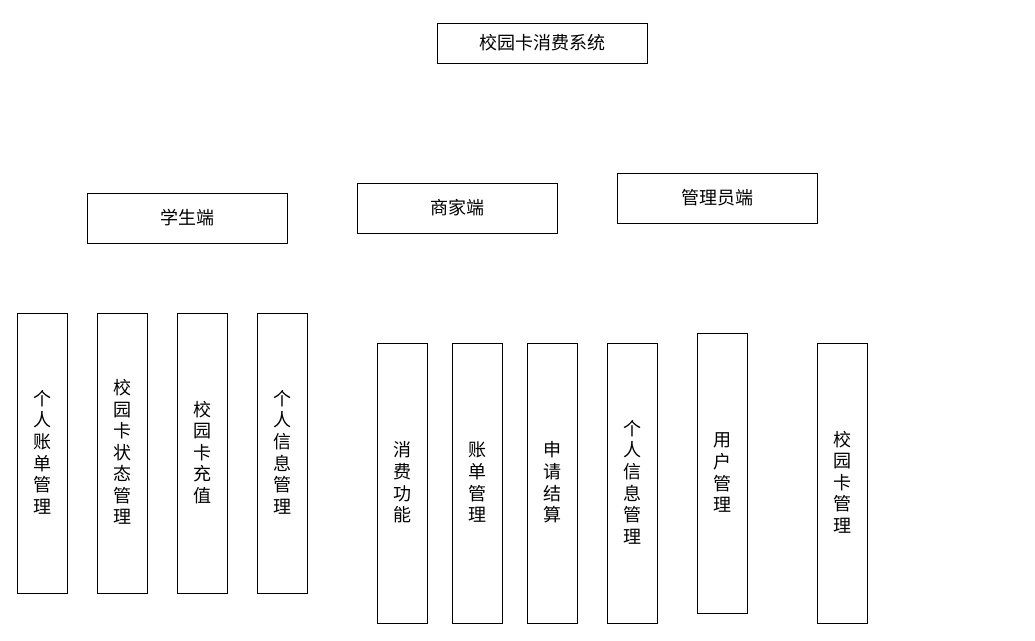
Earlier version of the draw.io diagram ER-Charts/模块.drawio (ShiaoYoung/Database-course_design). Source tidied: cells renumbered, new cells numbered last; positions are measured from the earlier drawing's top-left corner, leaving out a move shared by most shapes. Both pictures are drawn from the tidied source at 100%, with x=0, y=0 at pixel (17, 23).
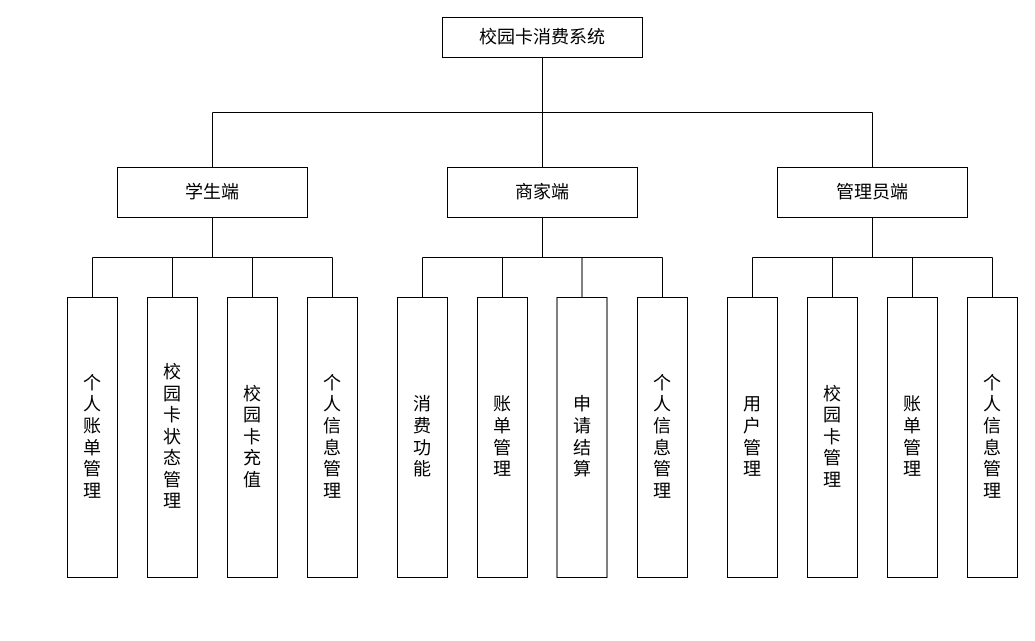
The same page after the edit.

The edit, as a diff of the source:
```diff
@@
+    <mxCell id="16" style="edgeStyle=orthogonalEdgeStyle;rounded=0;jettySize=auto;html=1;exitX=0.5;exitY=1;exitDx=0;exitDy=0;entryX=0.5;entryY=0;entryDx=0;entryDy=0;endArrow=none;endFill=0;" parent="1" edge="1" source="2" target="3">
+      <mxGeometry relative="1" as="geometry" />
+    </mxCell>
+    <mxCell id="17" style="edgeStyle=orthogonalEdgeStyle;rounded=0;jettySize=auto;html=1;exitX=0.5;exitY=1;exitDx=0;exitDy=0;entryX=0.5;entryY=0;entryDx=0;entryDy=0;endArrow=none;endFill=0;" parent="1" edge="1" source="2" target="4">
+      <mxGeometry relative="1" as="geometry" />
+    </mxCell>
+    <mxCell id="18" style="edgeStyle=orthogonalEdgeStyle;rounded=0;jettySize=auto;html=1;exitX=0.5;exitY=1;exitDx=0;exitDy=0;entryX=0.5;entryY=0;entryDx=0;entryDy=0;endArrow=none;endFill=0;" parent="1" edge="1" source="2" target="5">
+      <mxGeometry relative="1" as="geometry" />
+    </mxCell>
     <mxCell id="2" value="&lt;font style=&quot;font-size: 18px;&quot;&gt;校园卡消费系统&lt;/font&gt;" style="rounded=0;whiteSpace=wrap;html=1;" parent="1" vertex="1">
-      <mxGeometry x="420" width="210" height="40" as="geometry" />
+      <mxGeometry x="425" y="-6" width="200" height="40" as="geometry" />
     </mxCell>
+    <mxCell id="19" style="edgeStyle=orthogonalEdgeStyle;rounded=0;jettySize=auto;html=1;exitX=0.5;exitY=1;exitDx=0;exitDy=0;entryX=0.5;entryY=0;entryDx=0;entryDy=0;endArrow=none;endFill=0;" parent="1" edge="1" source="3" target="10">
+      <mxGeometry relative="1" as="geometry" />
+    </mxCell>
+    <mxCell id="20" style="edgeStyle=orthogonalEdgeStyle;rounded=0;jettySize=auto;html=1;exitX=0.5;exitY=1;exitDx=0;exitDy=0;entryX=0.5;entryY=0;entryDx=0;entryDy=0;endArrow=none;endFill=0;" parent="1" edge="1" source="3" target="11">
+      <mxGeometry relative="1" as="geometry" />
+    </mxCell>
+    <mxCell id="21" style="edgeStyle=orthogonalEdgeStyle;rounded=0;jettySize=auto;html=1;exitX=0.5;exitY=1;exitDx=0;exitDy=0;entryX=0.5;entryY=0;entryDx=0;entryDy=0;endArrow=none;endFill=0;" parent="1" edge="1" source="3" target="12">
+      <mxGeometry relative="1" as="geometry" />
+    </mxCell>
+    <mxCell id="22" style="edgeStyle=orthogonalEdgeStyle;rounded=0;jettySize=auto;html=1;exitX=0.5;exitY=1;exitDx=0;exitDy=0;entryX=0.5;entryY=0;entryDx=0;entryDy=0;endArrow=none;endFill=0;" parent="1" edge="1" source="3" target="13">
+      <mxGeometry relative="1" as="geometry" />
+    </mxCell>
     <mxCell id="3" value="&lt;font style=&quot;font-size: 18px;&quot;&gt;学生端&lt;/font&gt;" style="rounded=0;whiteSpace=wrap;html=1;" parent="1" vertex="1">
-      <mxGeometry x="70" y="170" width="200" height="50" as="geometry" />
+      <mxGeometry x="100" y="144" width="190" height="50" as="geometry" />
     </mxCell>
+    <mxCell id="23" style="edgeStyle=orthogonalEdgeStyle;rounded=0;jettySize=auto;html=1;exitX=0.5;exitY=1;exitDx=0;exitDy=0;entryX=0.5;entryY=0;entryDx=0;entryDy=0;endArrow=none;endFill=0;" parent="1" edge="1" source="4" target="6">
+      <mxGeometry relative="1" as="geometry" />
+    </mxCell>
+    <mxCell id="24" style="edgeStyle=orthogonalEdgeStyle;rounded=0;jettySize=auto;html=1;exitX=0.5;exitY=1;exitDx=0;exitDy=0;entryX=0.5;entryY=0;entryDx=0;entryDy=0;endArrow=none;endFill=0;" parent="1" edge="1" source="4" target="7">
+      <mxGeometry relative="1" as="geometry" />
+    </mxCell>
+    <mxCell id="25" style="edgeStyle=orthogonalEdgeStyle;rounded=0;jettySize=auto;html=1;exitX=0.5;exitY=1;exitDx=0;exitDy=0;entryX=0.5;entryY=0;entryDx=0;entryDy=0;endArrow=none;endFill=0;" parent="1" edge="1" source="4" target="8">
+      <mxGeometry relative="1" as="geometry" />
+    </mxCell>
+    <mxCell id="26" style="edgeStyle=orthogonalEdgeStyle;rounded=0;jettySize=auto;html=1;exitX=0.5;exitY=1;exitDx=0;exitDy=0;entryX=0.5;entryY=0;entryDx=0;entryDy=0;endArrow=none;endFill=0;" parent="1" edge="1" source="4" target="9">
+      <mxGeometry relative="1" as="geometry" />
+    </mxCell>
     <mxCell id="4" value="&lt;font style=&quot;font-size: 18px;&quot;&gt;商家端&lt;/font&gt;" style="rounded=0;whiteSpace=wrap;html=1;" parent="1" vertex="1">
-      <mxGeometry x="340" y="160" width="200" height="50" as="geometry" />
+      <mxGeometry x="430" y="144" width="190" height="50" as="geometry" />
     </mxCell>
+    <mxCell id="27" style="edgeStyle=orthogonalEdgeStyle;rounded=0;jettySize=auto;html=1;exitX=0.5;exitY=1;exitDx=0;exitDy=0;entryX=0.5;entryY=0;entryDx=0;entryDy=0;endArrow=none;endFill=0;" parent="1" edge="1" source="5" target="14">
+      <mxGeometry relative="1" as="geometry" />
+    </mxCell>
+    <mxCell id="28" style="edgeStyle=orthogonalEdgeStyle;rounded=0;jettySize=auto;html=1;exitX=0.5;exitY=1;exitDx=0;exitDy=0;entryX=0.5;entryY=0;entryDx=0;entryDy=0;endArrow=none;endFill=0;" parent="1" edge="1" source="5" target="15">
+      <mxGeometry relative="1" as="geometry" />
+    </mxCell>
+    <mxCell id="29" style="edgeStyle=orthogonalEdgeStyle;rounded=0;jettySize=auto;html=1;exitX=0.5;exitY=1;exitDx=0;exitDy=0;entryX=0.5;entryY=0;entryDx=0;entryDy=0;endArrow=none;endFill=0;" parent="1" edge="1" source="5" target="31">
+      <mxGeometry relative="1" as="geometry" />
+    </mxCell>
+    <mxCell id="30" style="edgeStyle=orthogonalEdgeStyle;rounded=0;jettySize=auto;html=1;exitX=0.5;exitY=1;exitDx=0;exitDy=0;entryX=0.5;entryY=0;entryDx=0;entryDy=0;endArrow=none;endFill=0;" parent="1" edge="1" source="5" target="32">
+      <mxGeometry relative="1" as="geometry" />
+    </mxCell>
     <mxCell id="5" value="&lt;font style=&quot;font-size: 18px;&quot;&gt;管理员端&lt;/font&gt;" style="rounded=0;whiteSpace=wrap;html=1;" parent="1" vertex="1">
-      <mxGeometry x="600" y="150" width="200" height="50" as="geometry" />
+      <mxGeometry x="760" y="144" width="190" height="50" as="geometry" />
     </mxCell>
     <mxCell id="6" value="&lt;font style=&quot;font-size: 18px;&quot;&gt;消&lt;/font&gt;&lt;div&gt;&lt;font style=&quot;font-size: 18px;&quot;&gt;费&lt;/font&gt;&lt;/div&gt;&lt;div&gt;&lt;font style=&quot;font-size: 18px;&quot;&gt;功&lt;/font&gt;&lt;/div&gt;&lt;div&gt;&lt;font style=&quot;font-size: 18px;&quot;&gt;能&lt;/font&gt;&lt;/div&gt;" style="rounded=0;whiteSpace=wrap;html=1;" parent="1" vertex="1">
-      <mxGeometry x="360" y="320" width="50" height="280" as="geometry" />
+      <mxGeometry x="380" y="274" width="50" height="280" as="geometry" />
     </mxCell>
     <mxCell id="7" value="&lt;span style=&quot;font-size: 18px;&quot;&gt;账&lt;/span&gt;&lt;div&gt;&lt;span style=&quot;font-size: 18px;&quot;&gt;单&lt;/span&gt;&lt;/div&gt;&lt;div&gt;&lt;span style=&quot;font-size: 18px;&quot;&gt;管&lt;/span&gt;&lt;/div&gt;&lt;div&gt;&lt;span style=&quot;font-size: 18px;&quot;&gt;理&lt;/span&gt;&lt;/div&gt;" style="rounded=0;whiteSpace=wrap;html=1;" parent="1" vertex="1">
-      <mxGeometry x="435" y="320" width="50" height="280" as="geometry" />
+      <mxGeometry x="460" y="274" width="50" height="280" as="geometry" />
     </mxCell>
     <mxCell id="8" value="&lt;span style=&quot;font-size: 18px;&quot;&gt;申&lt;/span&gt;&lt;div&gt;&lt;span style=&quot;font-size: 18px;&quot;&gt;请&lt;/span&gt;&lt;/div&gt;&lt;div&gt;&lt;span style=&quot;font-size: 18px;&quot;&gt;结&lt;/span&gt;&lt;/div&gt;&lt;div&gt;&lt;span style=&quot;font-size: 18px;&quot;&gt;算&lt;/span&gt;&lt;/div&gt;" style="rounded=0;whiteSpace=wrap;html=1;" parent="1" vertex="1">
-      <mxGeometry x="510" y="320" width="50" height="280" as="geometry" />
+      <mxGeometry x="539.5" y="274" width="50" height="280" as="geometry" />
     </mxCell>
     <mxCell id="9" value="&lt;span style=&quot;font-size: 18px;&quot;&gt;个&lt;/span&gt;&lt;div&gt;&lt;span style=&quot;font-size: 18px;&quot;&gt;人&lt;/span&gt;&lt;/div&gt;&lt;div&gt;&lt;span style=&quot;font-size: 18px;&quot;&gt;信&lt;/span&gt;&lt;/div&gt;&lt;div&gt;&lt;span style=&quot;font-size: 18px;&quot;&gt;息&lt;/span&gt;&lt;/div&gt;&lt;div&gt;&lt;span style=&quot;font-size: 18px;&quot;&gt;管&lt;/span&gt;&lt;/div&gt;&lt;div&gt;&lt;span style=&quot;font-size: 18px;&quot;&gt;理&lt;/span&gt;&lt;/div&gt;" style="rounded=0;whiteSpace=wrap;html=1;" parent="1" vertex="1">
-      <mxGeometry x="590" y="320" width="50" height="280" as="geometry" />
+      <mxGeometry x="620" y="274" width="50" height="280" as="geometry" />
     </mxCell>
     <mxCell id="10" value="&lt;span style=&quot;font-size: 18px;&quot;&gt;个&lt;/span&gt;&lt;div&gt;&lt;span style=&quot;font-size: 18px;&quot;&gt;人&lt;/span&gt;&lt;div&gt;&lt;span style=&quot;font-size: 18px;&quot;&gt;账&lt;/span&gt;&lt;div&gt;&lt;span style=&quot;font-size: 18px;&quot;&gt;单&lt;/span&gt;&lt;/div&gt;&lt;div&gt;&lt;span style=&quot;font-size: 18px;&quot;&gt;管&lt;/span&gt;&lt;/div&gt;&lt;div&gt;&lt;span style=&quot;font-size: 18px;&quot;&gt;理&lt;/span&gt;&lt;/div&gt;&lt;/div&gt;&lt;/div&gt;" style="rounded=0;whiteSpace=wrap;html=1;" parent="1" vertex="1">
-      <mxGeometry y="290" width="50" height="280" as="geometry" />
+      <mxGeometry x="50" y="274" width="50" height="280" as="geometry" />
     </mxCell>
     <mxCell id="11" value="&lt;span style=&quot;font-size: 18px;&quot;&gt;校&lt;/span&gt;&lt;div&gt;&lt;span style=&quot;font-size: 18px;&quot;&gt;园&lt;/span&gt;&lt;/div&gt;&lt;div&gt;&lt;span style=&quot;font-size: 18px;&quot;&gt;卡&lt;/span&gt;&lt;/div&gt;&lt;div&gt;&lt;span style=&quot;font-size: 18px;&quot;&gt;状&lt;/span&gt;&lt;/div&gt;&lt;div&gt;&lt;span style=&quot;font-size: 18px;&quot;&gt;态&lt;/span&gt;&lt;/div&gt;&lt;div&gt;&lt;span style=&quot;font-size: 18px;&quot;&gt;管&lt;/span&gt;&lt;/div&gt;&lt;div&gt;&lt;span style=&quot;font-size: 18px;&quot;&gt;理&lt;/span&gt;&lt;/div&gt;" style="rounded=0;whiteSpace=wrap;html=1;" parent="1" vertex="1">
-      <mxGeometry x="80" y="290" width="50" height="280" as="geometry" />
+      <mxGeometry x="130" y="274" width="50" height="280" as="geometry" />
     </mxCell>
     <mxCell id="12" value="&lt;span style=&quot;font-size: 18px;&quot;&gt;校&lt;/span&gt;&lt;div&gt;&lt;span style=&quot;font-size: 18px;&quot;&gt;园&lt;/span&gt;&lt;/div&gt;&lt;div&gt;&lt;span style=&quot;font-size: 18px;&quot;&gt;卡&lt;/span&gt;&lt;/div&gt;&lt;div&gt;&lt;span style=&quot;font-size: 18px;&quot;&gt;充&lt;/span&gt;&lt;/div&gt;&lt;div&gt;&lt;span style=&quot;font-size: 18px; background-color: initial;&quot;&gt;值&lt;/span&gt;&lt;/div&gt;" style="rounded=0;whiteSpace=wrap;html=1;" parent="1" vertex="1">
-      <mxGeometry x="160" y="290" width="50" height="280" as="geometry" />
+      <mxGeometry x="210" y="274" width="50" height="280" as="geometry" />
     </mxCell>
     <mxCell id="13" value="&lt;span style=&quot;font-size: 18px;&quot;&gt;个&lt;/span&gt;&lt;div&gt;&lt;span style=&quot;font-size: 18px;&quot;&gt;人&lt;/span&gt;&lt;/div&gt;&lt;div&gt;&lt;span style=&quot;font-size: 18px;&quot;&gt;信&lt;/span&gt;&lt;/div&gt;&lt;div&gt;&lt;span style=&quot;font-size: 18px;&quot;&gt;息&lt;/span&gt;&lt;/div&gt;&lt;div&gt;&lt;span style=&quot;font-size: 18px;&quot;&gt;管&lt;/span&gt;&lt;/div&gt;&lt;div&gt;&lt;span style=&quot;font-size: 18px;&quot;&gt;理&lt;/span&gt;&lt;/div&gt;" style="rounded=0;whiteSpace=wrap;html=1;" parent="1" vertex="1">
-      <mxGeometry x="240" y="290" width="50" height="280" as="geometry" />
+      <mxGeometry x="290" y="274" width="50" height="280" as="geometry" />
     </mxCell>
     <mxCell id="14" value="&lt;span style=&quot;font-size: 18px;&quot;&gt;用&lt;/span&gt;&lt;div&gt;&lt;span style=&quot;font-size: 18px;&quot;&gt;户&lt;/span&gt;&lt;/div&gt;&lt;div&gt;&lt;span style=&quot;font-size: 18px;&quot;&gt;管&lt;/span&gt;&lt;/div&gt;&lt;div&gt;&lt;span style=&quot;font-size: 18px;&quot;&gt;理&lt;/span&gt;&lt;/div&gt;" style="rounded=0;whiteSpace=wrap;html=1;" parent="1" vertex="1">
-      <mxGeometry x="680" y="310" width="50" height="280" as="geometry" />
+      <mxGeometry x="710" y="274" width="50" height="280" as="geometry" />
     </mxCell>
     <mxCell id="15" value="&lt;span style=&quot;font-size: 18px;&quot;&gt;校&lt;/span&gt;&lt;div&gt;&lt;span style=&quot;font-size: 18px;&quot;&gt;园&lt;/span&gt;&lt;/div&gt;&lt;div&gt;&lt;span style=&quot;font-size: 18px;&quot;&gt;卡&lt;/span&gt;&lt;/div&gt;&lt;div&gt;&lt;span style=&quot;font-size: 18px;&quot;&gt;管&lt;/span&gt;&lt;/div&gt;&lt;div&gt;&lt;span style=&quot;font-size: 18px;&quot;&gt;理&lt;/span&gt;&lt;/div&gt;" style="rounded=0;whiteSpace=wrap;html=1;" parent="1" vertex="1">
-      <mxGeometry x="800" y="320" width="50" height="280" as="geometry" />
+      <mxGeometry x="790" y="274" width="50" height="280" as="geometry" />
     </mxCell>
+    <mxCell id="31" value="&lt;span style=&quot;font-size: 18px;&quot;&gt;账&lt;/span&gt;&lt;div&gt;&lt;span style=&quot;font-size: 18px;&quot;&gt;单&lt;/span&gt;&lt;/div&gt;&lt;div&gt;&lt;span style=&quot;font-size: 18px;&quot;&gt;管&lt;/span&gt;&lt;/div&gt;&lt;div&gt;&lt;span style=&quot;font-size: 18px;&quot;&gt;理&lt;/span&gt;&lt;/div&gt;" style="rounded=0;whiteSpace=wrap;html=1;" parent="1" vertex="1">
+      <mxGeometry x="870" y="274" width="50" height="280" as="geometry" />
+    </mxCell>
+    <mxCell id="32" value="&lt;span style=&quot;font-size: 18px;&quot;&gt;个&lt;/span&gt;&lt;div&gt;&lt;span style=&quot;font-size: 18px;&quot;&gt;人&lt;/span&gt;&lt;/div&gt;&lt;div&gt;&lt;span style=&quot;font-size: 18px;&quot;&gt;信&lt;/span&gt;&lt;/div&gt;&lt;div&gt;&lt;span style=&quot;font-size: 18px;&quot;&gt;息&lt;/span&gt;&lt;/div&gt;&lt;div&gt;&lt;span style=&quot;font-size: 18px;&quot;&gt;管&lt;/span&gt;&lt;/div&gt;&lt;div&gt;&lt;span style=&quot;font-size: 18px;&quot;&gt;理&lt;/span&gt;&lt;/div&gt;" style="rounded=0;whiteSpace=wrap;html=1;" parent="1" vertex="1">
+      <mxGeometry x="950" y="274" width="50" height="280" as="geometry" />
+    </mxCell>
```
